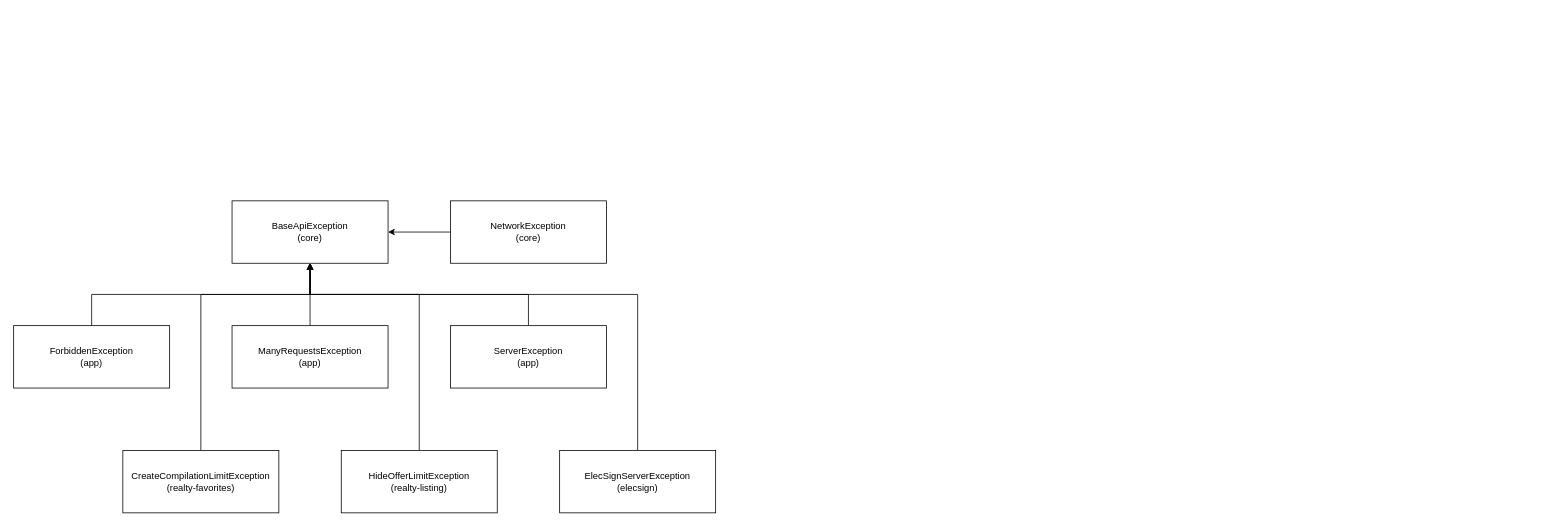
Lomovskiy/drawio keeps this draw.io diagram as dc_exceptions_map.drawio. Above is the earlier version. Source tidied: cells renumbered, new cells numbered last; positions are measured from the earlier drawing's top-left corner, leaving out a move shared by most shapes. Both pictures are drawn from the tidied source at 78%, with x=0, y=0 at pixel (13, 200).
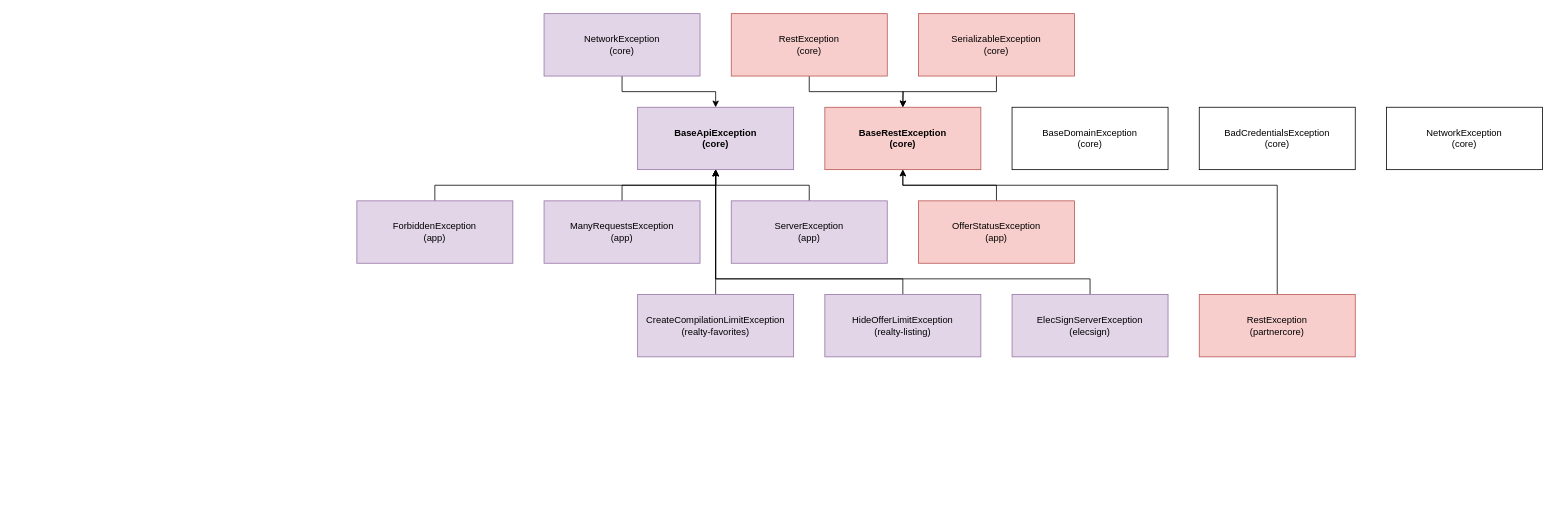
After the change.

Diff of the diagram source:
```diff
@@
-    <mxCell id="2" value="BaseApiException&lt;br&gt;(core)" style="rounded=0;whiteSpace=wrap;html=1;" parent="1" vertex="1">
-      <mxGeometry x="280" width="200" height="80" as="geometry" />
+    <mxCell id="2" value="BaseApiException&lt;br&gt;(core)" style="rounded=0;whiteSpace=wrap;html=1;fillColor=#e1d5e7;strokeColor=#9673a6;fontStyle=1;" parent="1" vertex="1">
+      <mxGeometry x="800" y="-120" width="200" height="80" as="geometry" />
     </mxCell>
     <mxCell id="3" style="edgeStyle=orthogonalEdgeStyle;rounded=0;jettySize=auto;html=1;exitX=0.5;exitY=0;exitDx=0;exitDy=0;entryX=0.5;entryY=1;entryDx=0;entryDy=0;" parent="1" edge="1" source="4" target="2">
-      <mxGeometry relative="1" as="geometry">
-        <Array as="points">
-          <mxPoint x="240" y="120" />
-          <mxPoint x="380" y="120" />
-        </Array>
-      </mxGeometry>
+      <mxGeometry relative="1" as="geometry" />
     </mxCell>
-    <mxCell id="4" value="CreateCompilationLimitException (realty-favorites)" style="rounded=0;whiteSpace=wrap;html=1;" parent="1" vertex="1">
-      <mxGeometry x="140" y="320" width="200" height="80" as="geometry" />
+    <mxCell id="4" value="CreateCompilationLimitException (realty-favorites)" style="rounded=0;whiteSpace=wrap;html=1;fillColor=#e1d5e7;strokeColor=#9673a6;" parent="1" vertex="1">
+      <mxGeometry x="800" y="120" width="200" height="80" as="geometry" />
     </mxCell>
     <mxCell id="5" style="edgeStyle=orthogonalEdgeStyle;rounded=0;jettySize=auto;html=1;exitX=0.5;exitY=0;exitDx=0;exitDy=0;entryX=0.5;entryY=1;entryDx=0;entryDy=0;" parent="1" edge="1" source="6" target="2">
       <mxGeometry relative="1" as="geometry">
         <Array as="points">
-          <mxPoint x="800" y="120" />
-          <mxPoint x="380" y="120" />
+          <mxPoint x="1380" y="100" />
+          <mxPoint x="900" y="100" />
         </Array>
       </mxGeometry>
     </mxCell>
-    <mxCell id="6" value="ElecSignServerException&lt;br&gt;(elecsign)" style="rounded=0;whiteSpace=wrap;html=1;" parent="1" vertex="1">
-      <mxGeometry x="700" y="320" width="200" height="80" as="geometry" />
+    <mxCell id="6" value="ElecSignServerException&lt;br&gt;(elecsign)" style="rounded=0;whiteSpace=wrap;html=1;fillColor=#e1d5e7;strokeColor=#9673a6;" parent="1" vertex="1">
+      <mxGeometry x="1280" y="120" width="200" height="80" as="geometry" />
     </mxCell>
@@
-    <mxCell id="8" value="ForbiddenException&lt;br&gt;(app)" style="rounded=0;whiteSpace=wrap;html=1;" parent="1" vertex="1">
-      <mxGeometry y="160" width="200" height="80" as="geometry" />
+    <mxCell id="8" value="ForbiddenException&lt;br&gt;(app)" style="rounded=0;whiteSpace=wrap;html=1;fillColor=#e1d5e7;strokeColor=#9673a6;" parent="1" vertex="1">
+      <mxGeometry x="440" width="200" height="80" as="geometry" />
     </mxCell>
     <mxCell id="9" style="edgeStyle=orthogonalEdgeStyle;rounded=0;jettySize=auto;html=1;exitX=0.5;exitY=0;exitDx=0;exitDy=0;entryX=0.5;entryY=1;entryDx=0;entryDy=0;" parent="1" edge="1" source="10" target="2">
       <mxGeometry relative="1" as="geometry">
         <Array as="points">
-          <mxPoint x="520" y="120" />
-          <mxPoint x="380" y="120" />
+          <mxPoint x="1140" y="100" />
+          <mxPoint x="900" y="100" />
         </Array>
       </mxGeometry>
     </mxCell>
-    <mxCell id="10" value="HideOfferLimitException&lt;br&gt;(realty-listing)" style="rounded=0;whiteSpace=wrap;html=1;" parent="1" vertex="1">
-      <mxGeometry x="420" y="320" width="200" height="80" as="geometry" />
+    <mxCell id="10" value="HideOfferLimitException&lt;br&gt;(realty-listing)" style="rounded=0;whiteSpace=wrap;html=1;fillColor=#e1d5e7;strokeColor=#9673a6;" parent="1" vertex="1">
+      <mxGeometry x="1040" y="120" width="200" height="80" as="geometry" />
     </mxCell>
@@
-    <mxCell id="12" value="ManyRequestsException&lt;br&gt;(app)" style="rounded=0;whiteSpace=wrap;html=1;" parent="1" vertex="1">
-      <mxGeometry x="280" y="160" width="200" height="80" as="geometry" />
+    <mxCell id="12" value="ManyRequestsException&lt;br&gt;(app)" style="rounded=0;whiteSpace=wrap;html=1;fillColor=#e1d5e7;strokeColor=#9673a6;" parent="1" vertex="1">
+      <mxGeometry x="680" width="200" height="80" as="geometry" />
     </mxCell>
-    <mxCell id="13" style="edgeStyle=orthogonalEdgeStyle;rounded=0;jettySize=auto;html=1;exitX=0;exitY=0.5;exitDx=0;exitDy=0;entryX=1;entryY=0.5;entryDx=0;entryDy=0;" parent="1" edge="1" source="14" target="2">
+    <mxCell id="13" style="edgeStyle=orthogonalEdgeStyle;rounded=0;jettySize=auto;html=1;exitX=0.5;exitY=1;exitDx=0;exitDy=0;entryX=0.5;entryY=0;entryDx=0;entryDy=0;" parent="1" edge="1" source="14" target="2">
       <mxGeometry relative="1" as="geometry" />
     </mxCell>
-    <mxCell id="14" value="NetworkException&lt;br&gt;(core)" style="rounded=0;whiteSpace=wrap;html=1;" parent="1" vertex="1">
-      <mxGeometry x="560" width="200" height="80" as="geometry" />
+    <mxCell id="14" value="NetworkException&lt;br&gt;(core)" style="rounded=0;whiteSpace=wrap;html=1;fillColor=#e1d5e7;strokeColor=#9673a6;" parent="1" vertex="1">
+      <mxGeometry x="680" y="-240" width="200" height="80" as="geometry" />
     </mxCell>
@@
-    <mxCell id="16" value="ServerException&lt;br&gt;(app)" style="rounded=0;whiteSpace=wrap;html=1;" parent="1" vertex="1">
-      <mxGeometry x="560" y="160" width="200" height="80" as="geometry" />
+    <mxCell id="16" value="ServerException&lt;br&gt;(app)" style="rounded=0;whiteSpace=wrap;html=1;fillColor=#e1d5e7;strokeColor=#9673a6;" parent="1" vertex="1">
+      <mxGeometry x="920" width="200" height="80" as="geometry" />
     </mxCell>
+    <mxCell id="17" value="BadCredentialsException&lt;br&gt;(core)" style="rounded=0;whiteSpace=wrap;html=1;" parent="1" vertex="1">
+      <mxGeometry x="1520" y="-120" width="200" height="80" as="geometry" />
+    </mxCell>
+    <mxCell id="18" value="BaseDomainException&lt;br&gt;(core)" style="rounded=0;whiteSpace=wrap;html=1;" parent="1" vertex="1">
+      <mxGeometry x="1280" y="-120" width="200" height="80" as="geometry" />
+    </mxCell>
+    <mxCell id="19" value="BaseRestException&lt;br&gt;(core)" style="rounded=0;whiteSpace=wrap;html=1;fillColor=#f8cecc;strokeColor=#b85450;fontStyle=1;" parent="1" vertex="1">
+      <mxGeometry x="1040" y="-120" width="200" height="80" as="geometry" />
+    </mxCell>
+    <mxCell id="20" style="edgeStyle=orthogonalEdgeStyle;rounded=0;jettySize=auto;html=1;exitX=0.5;exitY=0;exitDx=0;exitDy=0;entryX=0.5;entryY=1;entryDx=0;entryDy=0;" parent="1" edge="1" source="21" target="19">
+      <mxGeometry relative="1" as="geometry" />
+    </mxCell>
+    <mxCell id="21" value="OfferStatusException&lt;br&gt;(app)" style="rounded=0;whiteSpace=wrap;html=1;fillColor=#f8cecc;strokeColor=#b85450;" parent="1" vertex="1">
+      <mxGeometry x="1160" width="200" height="80" as="geometry" />
+    </mxCell>
+    <mxCell id="22" style="edgeStyle=orthogonalEdgeStyle;rounded=0;jettySize=auto;html=1;exitX=0.5;exitY=1;exitDx=0;exitDy=0;" parent="1" edge="1" source="23">
+      <mxGeometry relative="1" as="geometry">
+        <mxPoint x="1140" y="-120" as="targetPoint" />
+      </mxGeometry>
+    </mxCell>
+    <mxCell id="23" value="RestException&lt;br&gt;(core)" style="rounded=0;whiteSpace=wrap;html=1;fillColor=#f8cecc;strokeColor=#b85450;" parent="1" vertex="1">
+      <mxGeometry x="920" y="-240" width="200" height="80" as="geometry" />
+    </mxCell>
+    <mxCell id="24" style="edgeStyle=orthogonalEdgeStyle;rounded=0;jettySize=auto;html=1;exitX=0.5;exitY=0;exitDx=0;exitDy=0;entryX=0.5;entryY=1;entryDx=0;entryDy=0;" parent="1" edge="1" source="25" target="19">
+      <mxGeometry relative="1" as="geometry">
+        <Array as="points">
+          <mxPoint x="1620" y="-20" />
+          <mxPoint x="1140" y="-20" />
+        </Array>
+      </mxGeometry>
+    </mxCell>
+    <mxCell id="25" value="RestException&lt;br&gt;(partnercore)" style="rounded=0;whiteSpace=wrap;html=1;fillColor=#f8cecc;strokeColor=#b85450;" parent="1" vertex="1">
+      <mxGeometry x="1520" y="120" width="200" height="80" as="geometry" />
+    </mxCell>
+    <mxCell id="26" style="edgeStyle=orthogonalEdgeStyle;rounded=0;jettySize=auto;html=1;exitX=0.5;exitY=1;exitDx=0;exitDy=0;entryX=0.5;entryY=0;entryDx=0;entryDy=0;" parent="1" edge="1" source="27" target="19">
+      <mxGeometry relative="1" as="geometry" />
+    </mxCell>
+    <mxCell id="27" value="SerializableException&lt;br&gt;(core)" style="rounded=0;whiteSpace=wrap;html=1;fillColor=#f8cecc;strokeColor=#b85450;" parent="1" vertex="1">
+      <mxGeometry x="1160" y="-240" width="200" height="80" as="geometry" />
+    </mxCell>
+    <mxCell id="28" value="NetworkException&lt;br&gt;(core)" style="rounded=0;whiteSpace=wrap;html=1;" parent="1" vertex="1">
+      <mxGeometry x="1760" y="-120" width="200" height="80" as="geometry" />
+    </mxCell>
```
